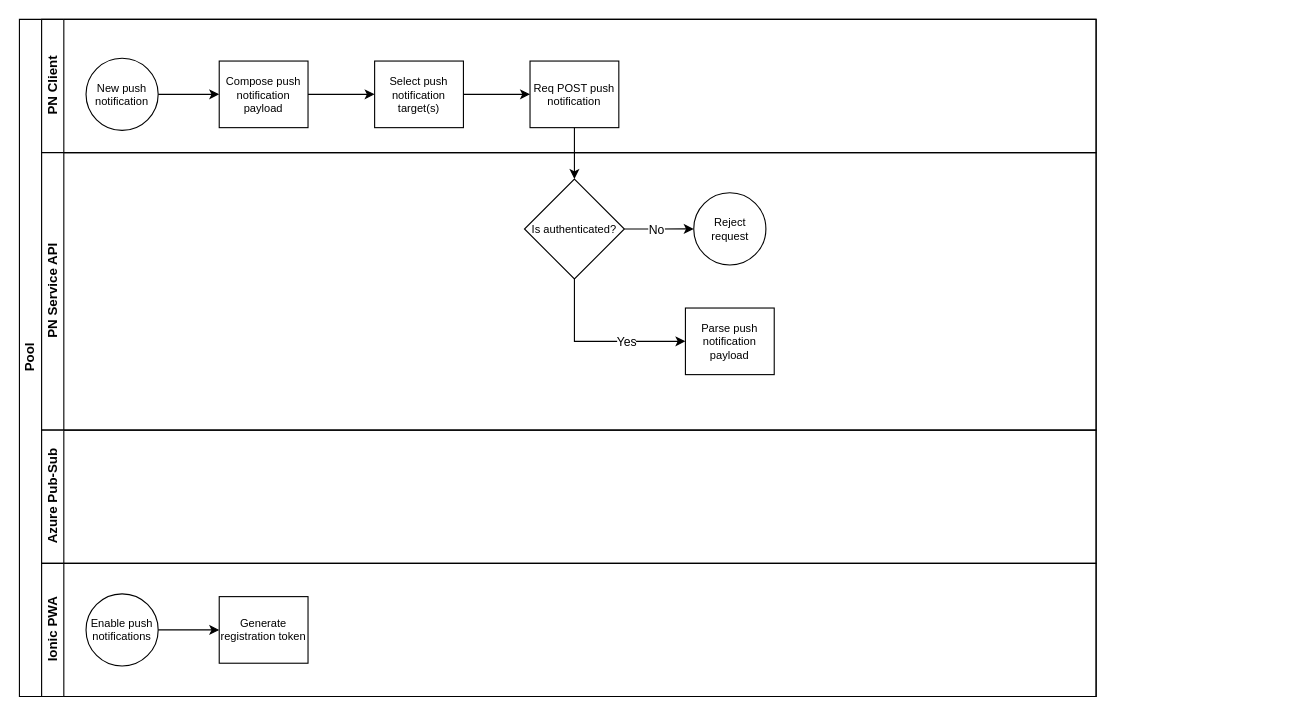
This is chh-push-notification-swimlane.drawio from anon-legion/chh-push-notification, a draw.io file, before an edit. Source tidied: cells renumbered, new cells numbered last; positions are measured from the earlier drawing's top-left corner, leaving out a move shared by most shapes. Both pictures are drawn from the tidied source at 111%, with x=0, y=0 at pixel (19, 19).
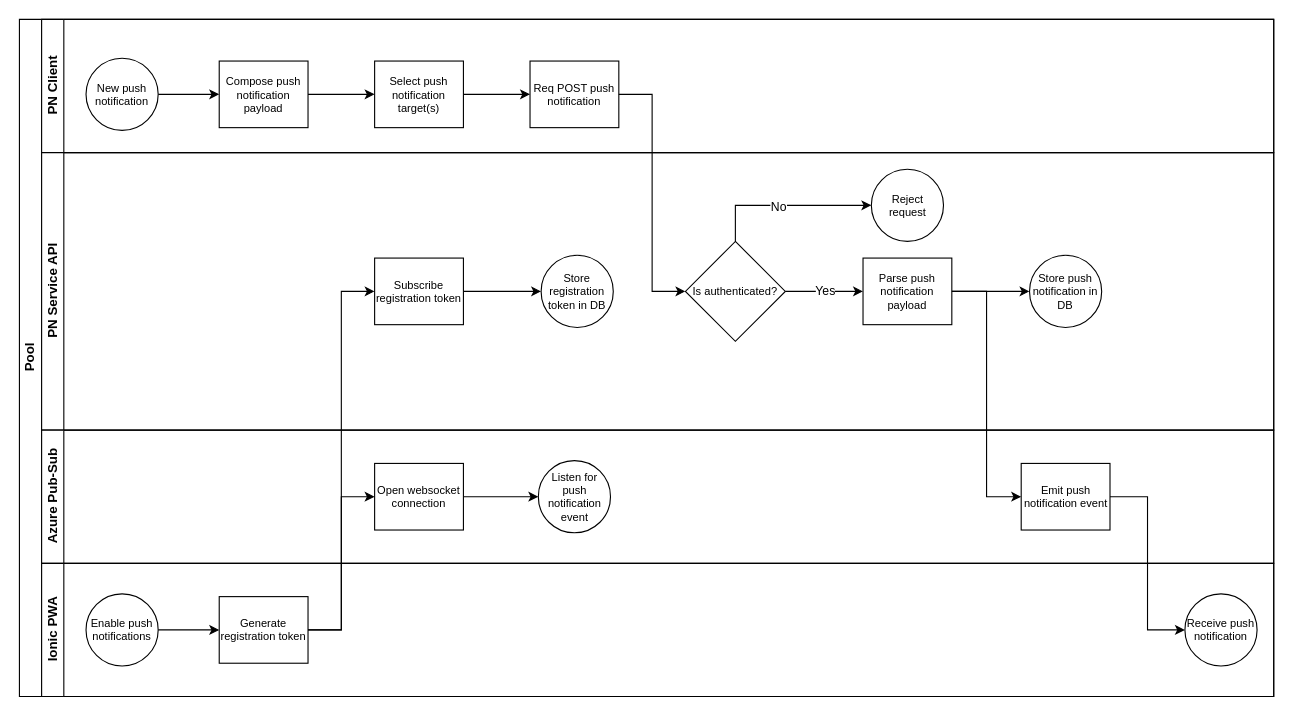
After the change.

Commit message:
Update chh-push-notification-swimlane.drawio with finalized proposed process flow

Unchanged cells that the change refers to:
```xml
<mxCell id="10" value="Req POST push notification" style="rounded=0;whiteSpace=wrap;html=1;fontFamily=Helvetica;fontSize=10;fontColor=#000000;align=center;" parent="3" vertex="1">
  <mxGeometry x="440" y="37.5" width="80" height="60" as="geometry" />
</mxCell>
<mxCell id="24" value="Generate registration token" style="rounded=0;whiteSpace=wrap;html=1;fontFamily=Helvetica;fontSize=10;fontColor=#000000;align=center;" parent="21" vertex="1">
  <mxGeometry x="160" y="30" width="80" height="60" as="geometry" />
</mxCell>
```

Diff of the diagram source:
```diff
@@
     <mxCell id="2" value="Pool" style="swimlane;html=1;horizontal=0;startSize=20;" parent="1" vertex="1">
-      <mxGeometry width="970" height="610" as="geometry" />
+      <mxGeometry width="1130" height="610" as="geometry" />
     </mxCell>
     <mxCell id="3" value="&lt;div&gt;PN Client&lt;/div&gt;" style="swimlane;html=1;startSize=20;horizontal=0;" parent="2" vertex="1">
-      <mxGeometry x="20" width="950" height="120" as="geometry" />
+      <mxGeometry x="20" width="1110" height="120" as="geometry" />
     </mxCell>
@@
     <mxCell id="11" value="&lt;div&gt;PN Service API&lt;br&gt;&lt;/div&gt;" style="swimlane;html=1;startSize=20;horizontal=0;" parent="2" vertex="1">
-      <mxGeometry x="20" y="120" width="950" height="250" as="geometry" />
+      <mxGeometry x="20" y="120" width="1110" height="250" as="geometry" />
     </mxCell>
-    <mxCell id="12" style="edgeStyle=orthogonalEdgeStyle;rounded=0;jettySize=auto;html=1;" parent="11" edge="1" source="16" target="17">
+    <mxCell id="12" style="edgeStyle=orthogonalEdgeStyle;rounded=0;jettySize=auto;html=1;exitX=0.5;exitY=0;exitDx=0;exitDy=0;fontSize=10;" parent="11" edge="1" source="16" target="17">
       <mxGeometry relative="1" as="geometry" />
     </mxCell>
@@
-    <mxCell id="14" style="edgeStyle=orthogonalEdgeStyle;rounded=0;jettySize=auto;html=1;exitX=0.5;exitY=1;exitDx=0;exitDy=0;entryX=0;entryY=0.5;entryDx=0;entryDy=0;" parent="11" edge="1" source="16" target="18">
+    <mxCell id="14" style="edgeStyle=orthogonalEdgeStyle;rounded=0;jettySize=auto;html=1;exitX=1;exitY=0.5;exitDx=0;exitDy=0;fontSize=10;" parent="11" edge="1" source="16" target="18">
       <mxGeometry relative="1" as="geometry" />
     </mxCell>
     <mxCell id="15" value="Yes" style="edgeLabel;html=1;align=center;verticalAlign=middle;" parent="14" vertex="1">
-      <mxGeometry x="0.32" relative="1" as="geometry" />
+      <mxGeometry y="1" relative="1" as="geometry" />
     </mxCell>
     <mxCell id="16" value="Is authenticated?" style="rhombus;whiteSpace=wrap;html=1;fontSize=10;fontColor=#000000;rounded=0;rotation=0;" parent="11" vertex="1">
-      <mxGeometry x="435" y="23.8" width="90" height="90" as="geometry" />
+      <mxGeometry x="580" y="80" width="90" height="90" as="geometry" />
     </mxCell>
     <mxCell id="17" value="Reject request" style="ellipse;whiteSpace=wrap;html=1;fontSize=10;rotation=0;" parent="11" vertex="1">
-      <mxGeometry x="587.5" y="36.2" width="65" height="65" as="geometry" />
+      <mxGeometry x="747.5" y="15" width="65" height="65" as="geometry" />
     </mxCell>
+    <mxCell id="25" style="edgeStyle=orthogonalEdgeStyle;rounded=0;jettySize=auto;html=1;exitX=1;exitY=0.5;exitDx=0;exitDy=0;entryX=0;entryY=0.5;entryDx=0;entryDy=0;" parent="11" edge="1" source="18" target="29">
+      <mxGeometry relative="1" as="geometry" />
+    </mxCell>
     <mxCell id="18" value="Parse push notification payload" style="rounded=0;whiteSpace=wrap;html=1;fontFamily=Helvetica;fontSize=10;fontColor=#000000;align=center;" parent="11" vertex="1">
-      <mxGeometry x="580" y="140" width="80" height="60" as="geometry" />
+      <mxGeometry x="740" y="95" width="80" height="60" as="geometry" />
     </mxCell>
+    <mxCell id="26" style="edgeStyle=orthogonalEdgeStyle;rounded=0;jettySize=auto;html=1;exitX=1;exitY=0.5;exitDx=0;exitDy=0;entryX=0;entryY=0.5;entryDx=0;entryDy=0;" parent="11" edge="1" source="27" target="28">
+      <mxGeometry relative="1" as="geometry" />
+    </mxCell>
+    <mxCell id="27" value="Subscribe registration token" style="rounded=0;whiteSpace=wrap;html=1;fontFamily=Helvetica;fontSize=10;fontColor=#000000;align=center;" parent="11" vertex="1">
+      <mxGeometry x="300" y="95" width="80" height="60" as="geometry" />
+    </mxCell>
+    <mxCell id="28" value="Store registration token in DB" style="ellipse;whiteSpace=wrap;html=1;fontSize=10;rotation=0;" parent="11" vertex="1">
+      <mxGeometry x="450" y="92.5" width="65" height="65" as="geometry" />
+    </mxCell>
+    <mxCell id="29" value="Store push notification in DB" style="ellipse;whiteSpace=wrap;html=1;fontSize=10;rotation=0;" parent="11" vertex="1">
+      <mxGeometry x="890" y="92.5" width="65" height="65" as="geometry" />
+    </mxCell>
-    <mxCell id="19" style="edgeStyle=orthogonalEdgeStyle;rounded=0;jettySize=auto;html=1;" parent="2" edge="1" source="10" target="16">
+    <mxCell id="19" style="edgeStyle=orthogonalEdgeStyle;rounded=0;jettySize=auto;html=1;entryX=0;entryY=0.5;entryDx=0;entryDy=0;" parent="2" edge="1" source="10" target="16">
       <mxGeometry relative="1" as="geometry" />
     </mxCell>
     <mxCell id="20" value="&lt;div&gt;Azure Pub-Sub&lt;/div&gt;" style="swimlane;html=1;startSize=20;horizontal=0;" parent="2" vertex="1">
-      <mxGeometry x="20" y="370" width="950" height="120" as="geometry" />
+      <mxGeometry x="20" y="370" width="1110" height="120" as="geometry" />
     </mxCell>
+    <mxCell id="30" style="edgeStyle=orthogonalEdgeStyle;rounded=0;jettySize=auto;html=1;exitX=1;exitY=0.5;exitDx=0;exitDy=0;entryX=0;entryY=0.5;entryDx=0;entryDy=0;" parent="20" edge="1" source="31" target="32">
+      <mxGeometry relative="1" as="geometry" />
+    </mxCell>
+    <mxCell id="31" value="Open websocket connection" style="rounded=0;whiteSpace=wrap;html=1;fontFamily=Helvetica;fontSize=10;fontColor=#000000;align=center;" parent="20" vertex="1">
+      <mxGeometry x="300" y="30" width="80" height="60" as="geometry" />
+    </mxCell>
+    <mxCell id="32" value="Listen for push notification event" style="ellipse;whiteSpace=wrap;html=1;fontSize=10;rotation=0;" parent="20" vertex="1">
+      <mxGeometry x="447.5" y="27.5" width="65" height="65" as="geometry" />
+    </mxCell>
+    <mxCell id="33" value="Emit push notification event" style="rounded=0;whiteSpace=wrap;html=1;fontFamily=Helvetica;fontSize=10;fontColor=#000000;align=center;" parent="20" vertex="1">
+      <mxGeometry x="882.5" y="30" width="80" height="60" as="geometry" />
+    </mxCell>
     <mxCell id="21" value="&lt;div&gt;Ionic PWA&lt;/div&gt;" style="swimlane;html=1;startSize=20;horizontal=0;" parent="2" vertex="1">
-      <mxGeometry x="20" y="490" width="950" height="120" as="geometry" />
+      <mxGeometry x="20" y="490" width="1110" height="120" as="geometry" />
     </mxCell>
@@
+    <mxCell id="34" value="Receive push notification" style="ellipse;whiteSpace=wrap;html=1;fontSize=10;rotation=0;" parent="21" vertex="1">
+      <mxGeometry x="1030" y="27.5" width="65" height="65" as="geometry" />
+    </mxCell>
+    <mxCell id="35" style="edgeStyle=orthogonalEdgeStyle;rounded=0;jettySize=auto;html=1;entryX=0;entryY=0.5;entryDx=0;entryDy=0;" parent="2" edge="1" source="24" target="27">
+      <mxGeometry relative="1" as="geometry" />
+    </mxCell>
+    <mxCell id="36" style="edgeStyle=orthogonalEdgeStyle;rounded=0;jettySize=auto;html=1;exitX=1;exitY=0.5;exitDx=0;exitDy=0;entryX=0;entryY=0.5;entryDx=0;entryDy=0;" parent="2" edge="1" source="24" target="31">
+      <mxGeometry relative="1" as="geometry" />
+    </mxCell>
+    <mxCell id="37" style="edgeStyle=orthogonalEdgeStyle;rounded=0;jettySize=auto;html=1;exitX=1;exitY=0.5;exitDx=0;exitDy=0;entryX=0;entryY=0.5;entryDx=0;entryDy=0;" parent="2" edge="1" source="18" target="33">
+      <mxGeometry relative="1" as="geometry" />
+    </mxCell>
+    <mxCell id="38" style="edgeStyle=orthogonalEdgeStyle;rounded=0;jettySize=auto;html=1;exitX=1;exitY=0.5;exitDx=0;exitDy=0;entryX=0;entryY=0.5;entryDx=0;entryDy=0;" parent="2" edge="1" source="33" target="34">
+      <mxGeometry relative="1" as="geometry" />
+    </mxCell>
```
